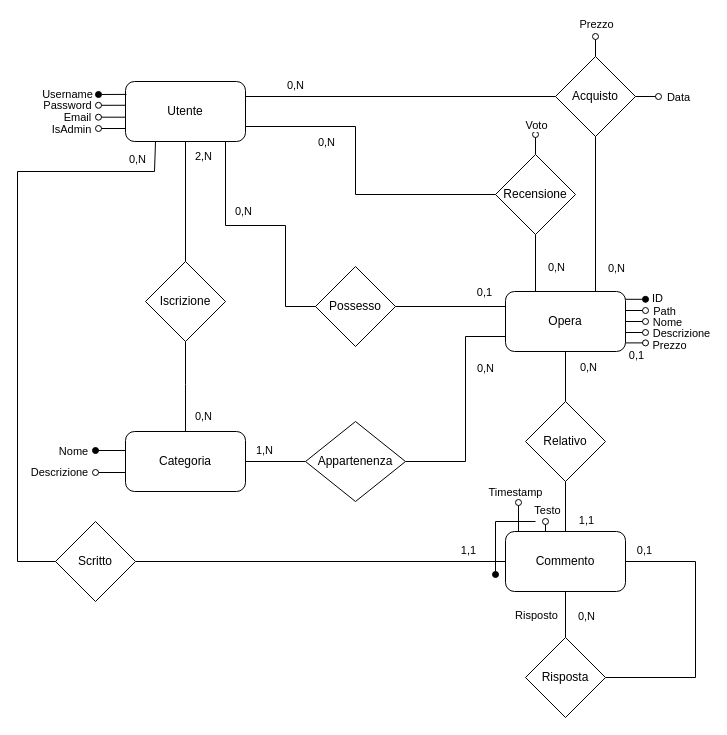
This is page "ristrutturato" (1 of 3) of DB/schema_ristrutturato.drawio from Giuseppe5000/TecWeb, a draw.io file, before an edit. Source tidied: cells renumbered, new cells numbered last; positions are measured from the earlier drawing's top-left corner, leaving out a move shared by most shapes. Both pictures are drawn from the tidied source at 100%, with x=0, y=0 at pixel (17, 36).
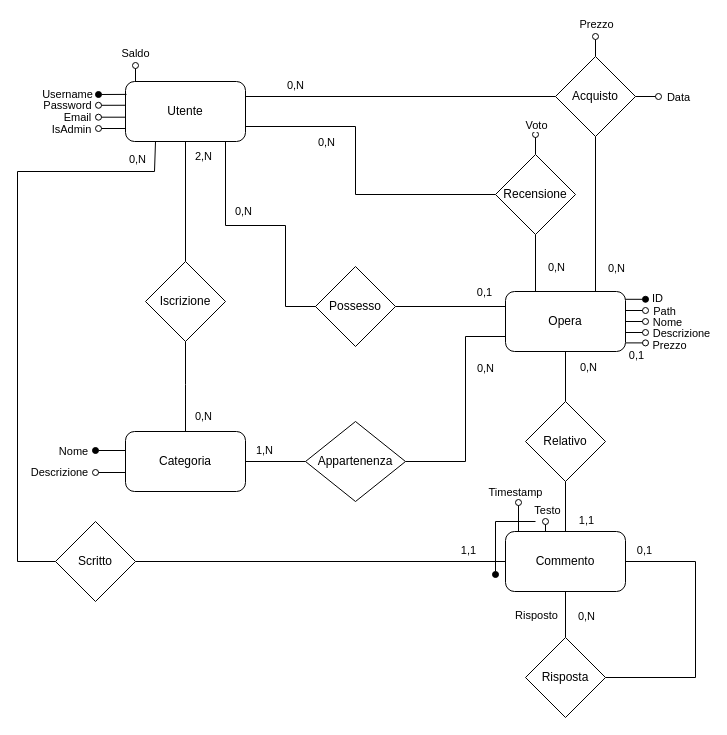
After the change.

Commit message (it also covers changes not shown here):
aggiunto attributo saldo ad utente #8

What changed in the source:
```diff
@@
+    <mxCell id="81" style="edgeStyle=orthogonalEdgeStyle;rounded=0;orthogonalLoop=1;jettySize=auto;html=1;endArrow=oval;endFill=0;exitX=-0.001;exitY=0.396;exitDx=0;exitDy=0;exitPerimeter=0;" parent="1" edge="1">
+      <mxGeometry relative="1" as="geometry">
+        <mxPoint x="118" y="44.7" as="sourcePoint" />
+        <mxPoint x="118" y="29" as="targetPoint" />
+      </mxGeometry>
+    </mxCell>
+    <mxCell id="82" value="Saldo" style="edgeLabel;html=1;align=center;verticalAlign=middle;" parent="81" vertex="1">
+      <mxGeometry x="0.88" relative="1" as="geometry">
+        <mxPoint x="-1" y="-13" as="offset" />
+      </mxGeometry>
+    </mxCell>
```
